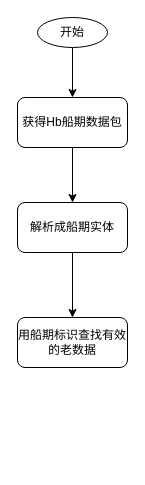
Earlier version of the draw.io diagram port-manager/Hb船期定时任务.drawio (caixuecheng/track-drawio). Source tidied: cells renumbered, new cells numbered last; positions are measured from the earlier drawing's top-left corner, leaving out a move shared by most shapes. Both pictures are drawn from the tidied source at 100%, with x=0, y=0 at pixel (17, 17).
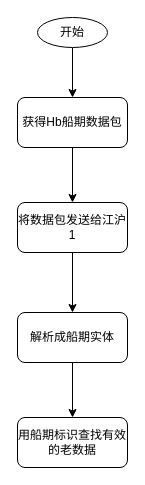
Above is the later version.

Commit message (it also covers changes not shown here):
更新Hb船期定时任务.drawio

What changed in the source:
```diff
@@
 <mxGraphModel>
   <root>
     <mxCell id="0" />
     <mxCell id="1" parent="0" />
     <mxCell id="2" style="edgeStyle=orthogonalEdgeStyle;rounded=0;jettySize=auto;html=1;exitX=0.5;exitY=1;exitDx=0;exitDy=0;entryX=0.5;entryY=0;entryDx=0;entryDy=0;" parent="1" edge="1" source="3" target="5">
       <mxGeometry relative="1" as="geometry" />
     </mxCell>
     <mxCell id="3" value="开始" style="ellipse;whiteSpace=wrap;html=1;" parent="1" vertex="1">
       <mxGeometry x="20" width="70" height="30" as="geometry" />
     </mxCell>
-    <mxCell id="4" style="edgeStyle=orthogonalEdgeStyle;rounded=0;jettySize=auto;html=1;" parent="1" edge="1" source="5" target="7">
-      <mxGeometry relative="1" as="geometry" />
-    </mxCell>
+    <mxCell id="9" style="edgeStyle=orthogonalEdgeStyle;rounded=0;jettySize=auto;html=1;" parent="1" edge="1" source="5" target="11">
+      <mxGeometry relative="1" as="geometry" />
+    </mxCell>
     <mxCell id="5" value="获得Hb船期数据包" style="rounded=1;whiteSpace=wrap;html=1;" parent="1" vertex="1">
       <mxGeometry y="80" width="110" height="50" as="geometry" />
     </mxCell>
+    <mxCell id="10" style="edgeStyle=orthogonalEdgeStyle;rounded=0;jettySize=auto;html=1;exitX=0.5;exitY=1;exitDx=0;exitDy=0;" parent="1" edge="1" source="11" target="7">
+      <mxGeometry relative="1" as="geometry" />
+    </mxCell>
+    <mxCell id="11" value="将数据包发送给江沪1" style="rounded=1;whiteSpace=wrap;html=1;" parent="1" vertex="1">
+      <mxGeometry y="185" width="110" height="50" as="geometry" />
+    </mxCell>
     <mxCell id="6" style="edgeStyle=orthogonalEdgeStyle;rounded=0;jettySize=auto;html=1;" parent="1" edge="1" source="7" target="8">
       <mxGeometry relative="1" as="geometry" />
     </mxCell>
     <mxCell id="7" value="解析成船期实体" style="rounded=1;whiteSpace=wrap;html=1;" parent="1" vertex="1">
-      <mxGeometry y="185" width="110" height="50" as="geometry" />
+      <mxGeometry y="295" width="110" height="50" as="geometry" />
     </mxCell>
     <mxCell id="8" value="用船期标识查找有效的老数据" style="rounded=1;whiteSpace=wrap;html=1;" parent="1" vertex="1">
-      <mxGeometry y="300" width="110" height="50" as="geometry" />
+      <mxGeometry y="400" width="110" height="50" as="geometry" />
     </mxCell>
   </root>
 </mxGraphModel>
```
